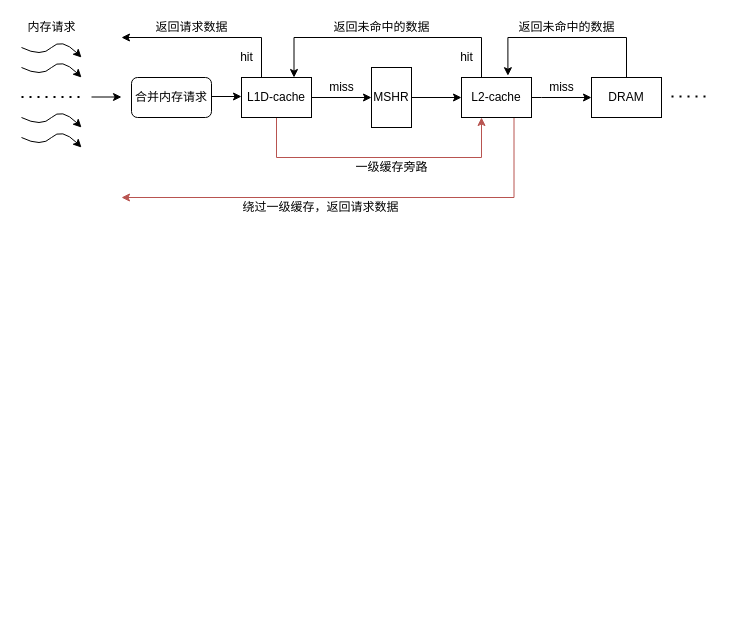
This is GPU bypassing basic.drawio from hwm0726/drawioFile, a draw.io file, before an edit. Source tidied: cells renumbered, new cells numbered last; positions are measured from the earlier drawing's top-left corner, leaving out a move shared by most shapes. Both pictures are drawn from the tidied source at 100%, with x=0, y=0 at pixel (21, 17).
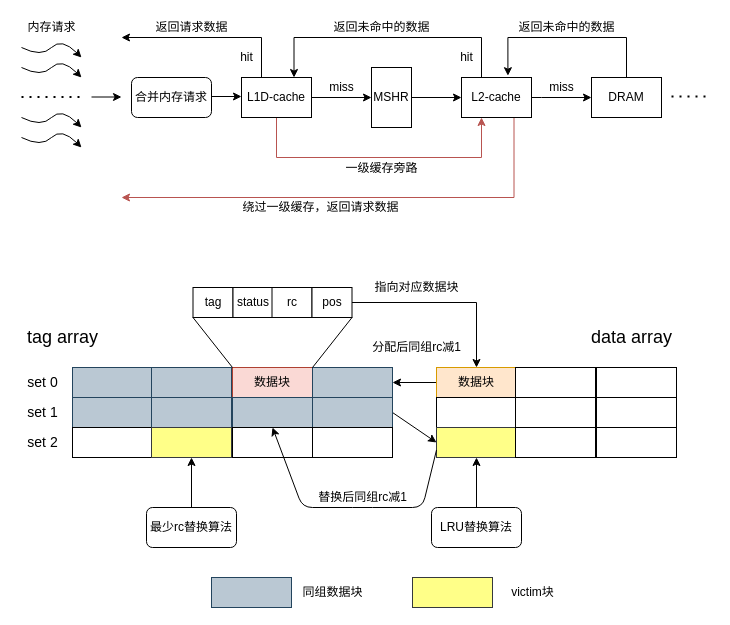
After the change.

What changed in the source:
```diff
@@
     <mxCell id="30" value="一级缓存旁路" style="text;html=1;align=center;verticalAlign=middle;strokeColor=none;" parent="1" vertex="1">
-      <mxGeometry x="325" y="140" width="90" height="20" as="geometry" />
+      <mxGeometry x="315" y="141" width="90" height="20" as="geometry" />
     </mxCell>
@@
+    <mxCell id="33" value="tag" style="rounded=0;whiteSpace=wrap;html=1;" parent="1" vertex="1">
+      <mxGeometry x="171.5" y="270" width="40" height="30" as="geometry" />
+    </mxCell>
+    <mxCell id="34" value="status" style="rounded=0;whiteSpace=wrap;html=1;" parent="1" vertex="1">
+      <mxGeometry x="211.5" y="270" width="40" height="30" as="geometry" />
+    </mxCell>
+    <mxCell id="35" value="rc" style="rounded=0;whiteSpace=wrap;html=1;" parent="1" vertex="1">
+      <mxGeometry x="250.5" y="270" width="40" height="30" as="geometry" />
+    </mxCell>
+    <mxCell id="36" style="edgeStyle=orthogonalEdgeStyle;rounded=0;jettySize=auto;html=1;exitX=1;exitY=0.5;exitDx=0;exitDy=0;" parent="1" edge="1" source="37" target="53">
+      <mxGeometry relative="1" as="geometry" />
+    </mxCell>
+    <mxCell id="37" value="pos" style="rounded=0;whiteSpace=wrap;html=1;" parent="1" vertex="1">
+      <mxGeometry x="290.5" y="270" width="40" height="30" as="geometry" />
+    </mxCell>
+    <mxCell id="38" style="rounded=0;whiteSpace=wrap;html=1;fillColor=#bac8d3;strokeColor=#23445d;" parent="1" vertex="1">
+      <mxGeometry x="51" y="350" width="80" height="30" as="geometry" />
+    </mxCell>
+    <mxCell id="39" style="rounded=0;whiteSpace=wrap;html=1;fillColor=#bac8d3;strokeColor=#23445d;" parent="1" vertex="1">
+      <mxGeometry x="130" y="350" width="80" height="40" as="geometry" />
+    </mxCell>
+    <mxCell id="40" value="数据块" style="rounded=0;whiteSpace=wrap;html=1;fillColor=#fad9d5;strokeColor=#ae4132;" parent="1" vertex="1">
+      <mxGeometry x="211" y="350" width="80" height="30" as="geometry" />
+    </mxCell>
+    <mxCell id="41" style="rounded=0;whiteSpace=wrap;html=1;fillColor=#bac8d3;strokeColor=#23445d;" parent="1" vertex="1">
+      <mxGeometry x="291" y="350" width="80" height="40" as="geometry" />
+    </mxCell>
+    <mxCell id="42" style="rounded=0;whiteSpace=wrap;html=1;fillColor=#bac8d3;strokeColor=#23445d;" parent="1" vertex="1">
+      <mxGeometry x="51" y="380" width="80" height="30" as="geometry" />
+    </mxCell>
+    <mxCell id="43" style="rounded=0;whiteSpace=wrap;html=1;fillColor=#bac8d3;strokeColor=#23445d;" parent="1" vertex="1">
+      <mxGeometry x="130" y="380" width="80" height="30" as="geometry" />
+    </mxCell>
+    <mxCell id="44" style="rounded=0;whiteSpace=wrap;html=1;fillColor=#bac8d3;strokeColor=#23445d;" parent="1" vertex="1">
+      <mxGeometry x="211" y="380" width="80" height="30" as="geometry" />
+    </mxCell>
+    <mxCell id="45" style="edgeStyle=none;rounded=0;jettySize=auto;html=1;exitX=1;exitY=0.5;exitDx=0;exitDy=0;entryX=0;entryY=0.5;entryDx=0;entryDy=0;" parent="1" edge="1" source="46" target="59">
+      <mxGeometry relative="1" as="geometry" />
+    </mxCell>
+    <mxCell id="46" style="rounded=0;whiteSpace=wrap;html=1;fillColor=#bac8d3;strokeColor=#23445d;" parent="1" vertex="1">
+      <mxGeometry x="291" y="380" width="80" height="30" as="geometry" />
+    </mxCell>
+    <mxCell id="47" style="rounded=0;whiteSpace=wrap;html=1;" parent="1" vertex="1">
+      <mxGeometry x="51" y="410" width="80" height="30" as="geometry" />
+    </mxCell>
+    <mxCell id="48" style="rounded=0;whiteSpace=wrap;html=1;fillColor=#ffff88;strokeColor=#36393d;" parent="1" vertex="1">
+      <mxGeometry x="130" y="410" width="80" height="30" as="geometry" />
+    </mxCell>
+    <mxCell id="49" style="rounded=0;whiteSpace=wrap;html=1;" parent="1" vertex="1">
+      <mxGeometry x="211" y="410" width="80" height="30" as="geometry" />
+    </mxCell>
+    <mxCell id="50" style="rounded=0;whiteSpace=wrap;html=1;" parent="1" vertex="1">
+      <mxGeometry x="291" y="410" width="80" height="30" as="geometry" />
+    </mxCell>
+    <mxCell id="51" value="&lt;font style=&quot;font-size: 18px&quot;&gt;tag array&lt;/font&gt;" style="text;html=1;align=center;verticalAlign=middle;strokeColor=none;" parent="1" vertex="1">
+      <mxGeometry x="-4" y="310" width="90" height="20" as="geometry" />
+    </mxCell>
+    <mxCell id="52" style="edgeStyle=none;rounded=0;jettySize=auto;html=1;exitX=0;exitY=0.5;exitDx=0;exitDy=0;" parent="1" edge="1" source="53">
+      <mxGeometry relative="1" as="geometry">
+        <mxPoint x="371" y="365" as="targetPoint" />
+      </mxGeometry>
+    </mxCell>
+    <mxCell id="53" value="数据块" style="rounded=0;whiteSpace=wrap;html=1;fillColor=#ffe6cc;strokeColor=#d79b00;" parent="1" vertex="1">
+      <mxGeometry x="415" y="350" width="80" height="30" as="geometry" />
+    </mxCell>
+    <mxCell id="54" style="rounded=0;whiteSpace=wrap;html=1;" parent="1" vertex="1">
+      <mxGeometry x="494" y="350" width="80" height="30" as="geometry" />
+    </mxCell>
+    <mxCell id="55" style="rounded=0;whiteSpace=wrap;html=1;" parent="1" vertex="1">
+      <mxGeometry x="575" y="350" width="80" height="30" as="geometry" />
+    </mxCell>
+    <mxCell id="56" style="rounded=0;whiteSpace=wrap;html=1;" parent="1" vertex="1">
+      <mxGeometry x="415" y="380" width="80" height="30" as="geometry" />
+    </mxCell>
+    <mxCell id="57" style="rounded=0;whiteSpace=wrap;html=1;" parent="1" vertex="1">
+      <mxGeometry x="494" y="380" width="80" height="30" as="geometry" />
+    </mxCell>
+    <mxCell id="58" style="rounded=0;whiteSpace=wrap;html=1;" parent="1" vertex="1">
+      <mxGeometry x="575" y="380" width="80" height="30" as="geometry" />
+    </mxCell>
+    <mxCell id="59" style="rounded=0;whiteSpace=wrap;html=1;fillColor=#ffff88;strokeColor=#36393d;" parent="1" vertex="1">
+      <mxGeometry x="415" y="410" width="80" height="30" as="geometry" />
+    </mxCell>
+    <mxCell id="60" style="rounded=0;whiteSpace=wrap;html=1;" parent="1" vertex="1">
+      <mxGeometry x="494" y="410" width="80" height="30" as="geometry" />
+    </mxCell>
+    <mxCell id="61" style="rounded=0;whiteSpace=wrap;html=1;" parent="1" vertex="1">
+      <mxGeometry x="575" y="410" width="80" height="30" as="geometry" />
+    </mxCell>
+    <mxCell id="62" value="&lt;font style=&quot;font-size: 18px&quot;&gt;data array&lt;/font&gt;" style="text;html=1;align=center;verticalAlign=middle;strokeColor=none;" parent="1" vertex="1">
+      <mxGeometry x="560" y="310" width="100" height="20" as="geometry" />
+    </mxCell>
+    <mxCell id="63" style="endArrow=none;html=1;entryX=0;entryY=1;entryDx=0;entryDy=0;exitX=0;exitY=0;exitDx=0;exitDy=0;" parent="1" edge="1" source="40" target="33">
+      <mxGeometry relative="1" as="geometry" />
+    </mxCell>
+    <mxCell id="64" style="endArrow=none;html=1;entryX=1;entryY=1;entryDx=0;entryDy=0;exitX=0;exitY=0;exitDx=0;exitDy=0;" parent="1" edge="1" source="41" target="37">
+      <mxGeometry relative="1" as="geometry" />
+    </mxCell>
+    <mxCell id="65" style="edgeStyle=none;rounded=0;jettySize=auto;html=1;exitX=0.5;exitY=0;exitDx=0;exitDy=0;" parent="1" edge="1" source="66" target="59">
+      <mxGeometry relative="1" as="geometry" />
+    </mxCell>
+    <mxCell id="66" value="LRU替换算法" style="rounded=1;whiteSpace=wrap;html=1;" parent="1" vertex="1">
+      <mxGeometry x="410" y="490" width="90" height="40" as="geometry" />
+    </mxCell>
+    <mxCell id="67" value="&lt;font style=&quot;font-size: 14px&quot;&gt;set 0&lt;/font&gt;" style="text;html=1;align=center;verticalAlign=middle;strokeColor=none;" parent="1" vertex="1">
+      <mxGeometry x="-4" y="355" width="50" height="20" as="geometry" />
+    </mxCell>
+    <mxCell id="68" value="&lt;font style=&quot;font-size: 14px&quot;&gt;set 1&lt;/font&gt;" style="text;html=1;align=center;verticalAlign=middle;strokeColor=none;" parent="1" vertex="1">
+      <mxGeometry x="-4" y="385" width="50" height="20" as="geometry" />
+    </mxCell>
+    <mxCell id="69" value="&lt;font style=&quot;font-size: 14px&quot;&gt;set 2&lt;/font&gt;" style="text;html=1;align=center;verticalAlign=middle;strokeColor=none;" parent="1" vertex="1">
+      <mxGeometry x="-4" y="415" width="50" height="20" as="geometry" />
+    </mxCell>
+    <mxCell id="70" style="edgeStyle=none;rounded=0;orthogonalLoop=1;jettySize=auto;html=1;exitX=0.5;exitY=0;exitDx=0;exitDy=0;" parent="1" edge="1" source="61" target="61">
+      <mxGeometry relative="1" as="geometry" />
+    </mxCell>
+    <mxCell id="71" style="edgeStyle=none;rounded=0;jettySize=auto;html=1;exitX=0.5;exitY=0;exitDx=0;exitDy=0;entryX=0.5;entryY=1;entryDx=0;entryDy=0;" parent="1" edge="1" source="72" target="48">
+      <mxGeometry relative="1" as="geometry" />
+    </mxCell>
+    <mxCell id="72" value="最少rc替换算法" style="rounded=1;whiteSpace=wrap;html=1;" parent="1" vertex="1">
+      <mxGeometry x="125" y="490" width="90" height="40" as="geometry" />
+    </mxCell>
+    <mxCell id="73" style="rounded=0;whiteSpace=wrap;html=1;fillColor=#bac8d3;strokeColor=#23445d;" parent="1" vertex="1">
+      <mxGeometry x="190" y="560" width="80" height="30" as="geometry" />
+    </mxCell>
+    <mxCell id="74" value="同组数据块" style="text;html=1;align=center;verticalAlign=middle;strokeColor=none;" parent="1" vertex="1">
+      <mxGeometry x="270.5" y="565" width="80" height="20" as="geometry" />
+    </mxCell>
+    <mxCell id="75" style="rounded=0;whiteSpace=wrap;html=1;fillColor=#ffff88;strokeColor=#36393d;" parent="1" vertex="1">
+      <mxGeometry x="391" y="560" width="80" height="30" as="geometry" />
+    </mxCell>
+    <mxCell id="76" value="victim块" style="text;html=1;align=center;verticalAlign=middle;strokeColor=none;" parent="1" vertex="1">
+      <mxGeometry x="481" y="565" width="60" height="20" as="geometry" />
+    </mxCell>
+    <mxCell id="77" style="endArrow=classic;html=1;exitX=0;exitY=0.75;exitDx=0;exitDy=0;entryX=0.5;entryY=0;entryDx=0;entryDy=0;" parent="1" edge="1" source="59" target="49">
+      <mxGeometry relative="1" as="geometry">
+        <Array as="points">
+          <mxPoint x="401" y="490" />
+          <mxPoint x="341" y="490" />
+          <mxPoint x="281" y="490" />
+        </Array>
+      </mxGeometry>
+    </mxCell>
+    <mxCell id="78" value="&lt;font style=&quot;font-size: 12px&quot;&gt;替换后同组rc减1&lt;/font&gt;" style="text;html=1;align=center;verticalAlign=middle;strokeColor=none;" parent="1" vertex="1">
+      <mxGeometry x="291" y="470" width="100" height="20" as="geometry" />
+    </mxCell>
+    <mxCell id="79" value="指向对应数据块" style="text;html=1;align=center;verticalAlign=middle;strokeColor=none;" parent="1" vertex="1">
+      <mxGeometry x="345" y="260" width="100" height="20" as="geometry" />
+    </mxCell>
+    <mxCell id="80" value="分配后同组rc减1" style="text;html=1;align=center;verticalAlign=middle;strokeColor=none;" parent="1" vertex="1">
+      <mxGeometry x="345" y="320" width="100" height="20" as="geometry" />
+    </mxCell>
```
